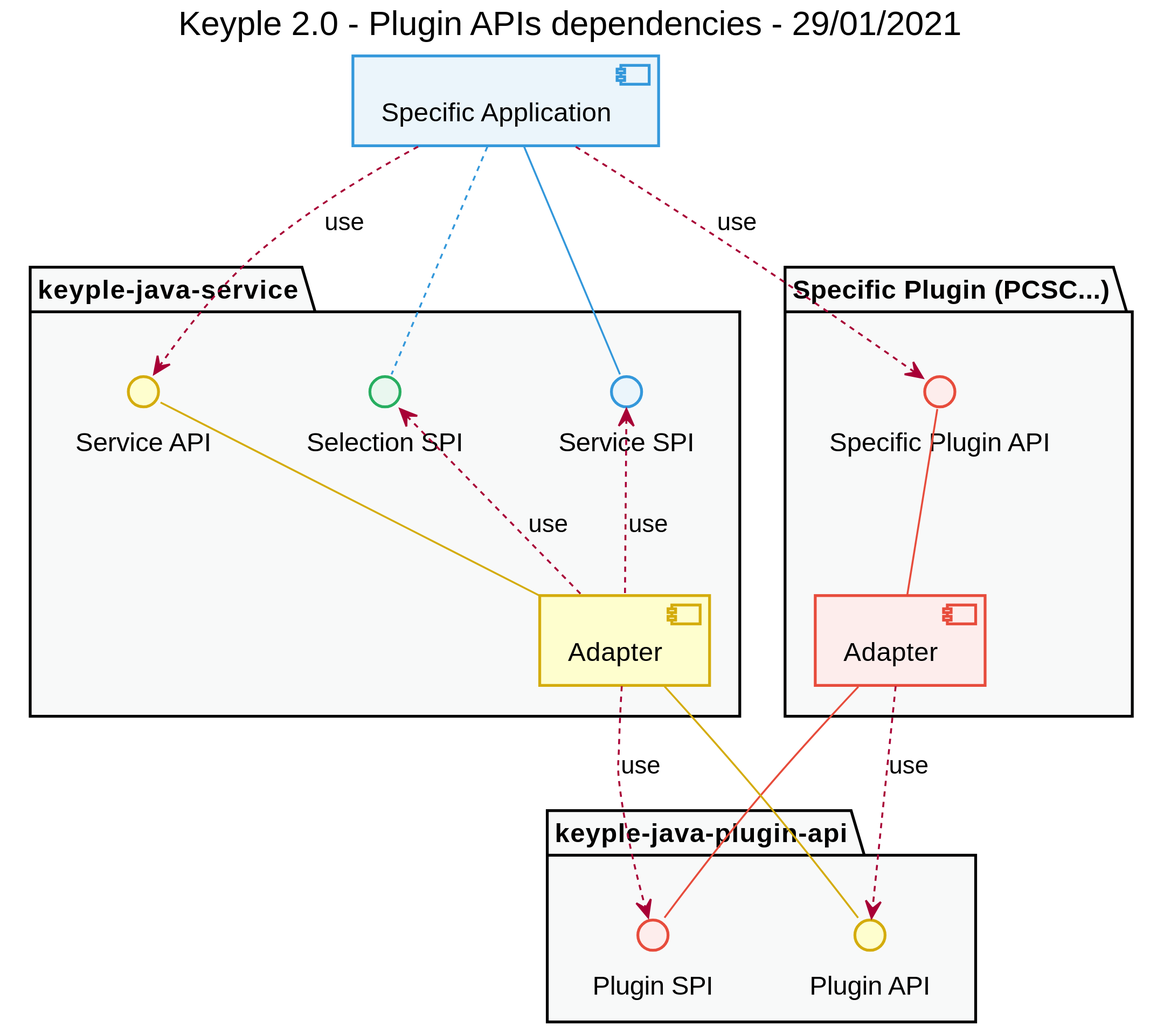
calypsonet/keyple_2_0 keeps this PlantUML diagram as uml/component/keyple_2_0_component_api_plugin_dependencies.svg. Above is the earlier version.
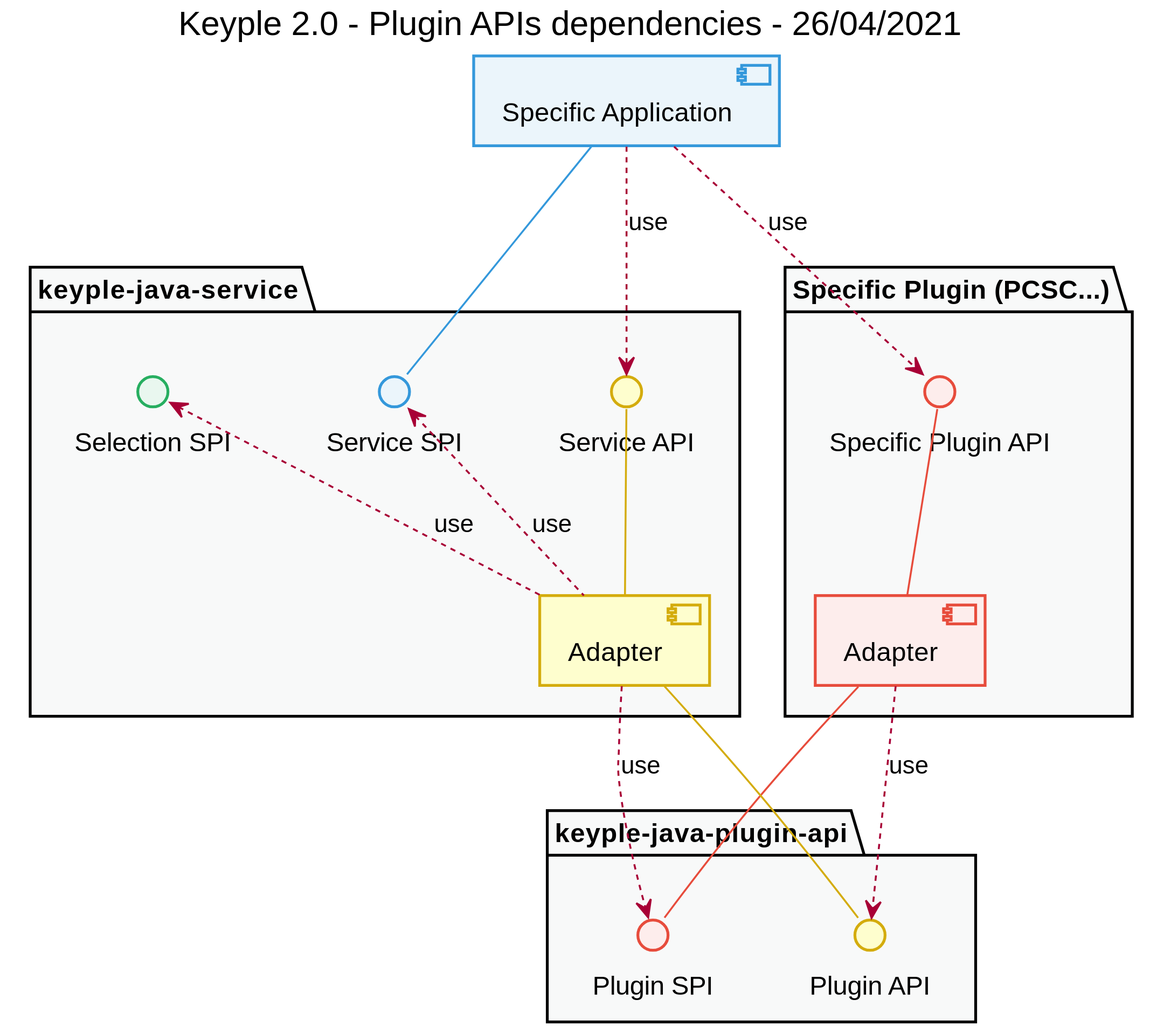
Above is the later version.

Commit message:
remove link from application to selection spi

The edit, as a diff of the source:
```diff
@@ -1,6 +1,6 @@
 @startuml
 title
-    Keyple 2.0 - Plugin APIs dependencies - 29/01/2021
+    Keyple 2.0 - Plugin APIs dependencies - 26/04/2021
 end title
 
 
@@ -72,7 +72,6 @@
 
 
 application -- serviceSpi #COLOR_BLUE
-application .. selectionSpi #COLOR_BLUE
 
 plugin -up- specificPluginApi #COLOR_RED
 plugin -- pluginSpi #COLOR_RED
```
